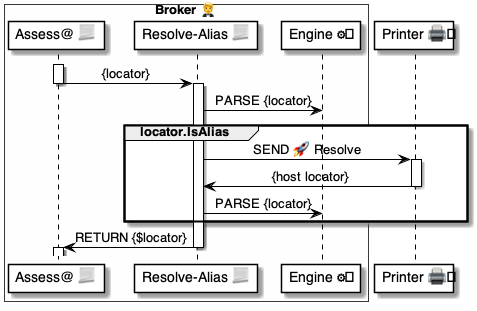
pollyweb-org/pollyweb-docs keeps this PlantUML diagram as 4 ⚙️ Solution/20 🧑‍🦰 UI/Brokers 🤵/🤵🅰️ Broker methods/Locators 🔆 Locate 🧑‍🦰🐌🤵/📃 Resolve Alias/🤵 Resolve Alias ⚙️ uml.png. Above is the earlier version. Its source is kept beside it as 4 ⚙️ Solution/20 🧑‍🦰 UI/Brokers 🤵/🤵🅰️ Broker methods/Locators 🔆 Locate 🧑‍🦰🐌🤵/📃 Resolve Alias/🤵 Resolve Alias ⚙️ uml.puml. Source of this version:
```plantuml
@startuml 👉 Printer NFC-QR check-in


box "Broker 🤵" #FFFFFA
    participant "Assess@ 📃" as assess
    participant "Resolve-Alias 📃" as script
    participant "Engine ⚙️" as engine
end box

participant "Printer 🖨️" as printer



activate assess
    assess -> script: {locator}
deactivate assess

activate script
    script -> engine: PARSE {locator}

    group locator.IsAlias

        script -> printer: SEND 🚀 Resolve

        activate printer
            printer -> script: {host locator}
        deactivate printer

        script -> engine: PARSE {locator}

    end group

    script -> assess: RETURN {$locator}
deactivate script

activate assess
deactivate assess

@enduml
```
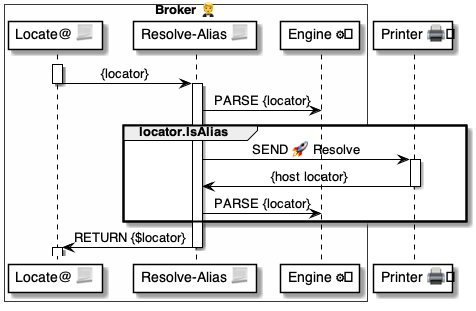
Later version of the same file.

What changed in the source:
```diff
@@ -2,7 +2,7 @@
 
 
 box "Broker 🤵" #FFFFFA
-    participant "Assess@ 📃" as assess
+    participant "Locate@ 📃" as assess
     participant "Resolve-Alias 📃" as script
     participant "Engine ⚙️" as engine
 end box
```
